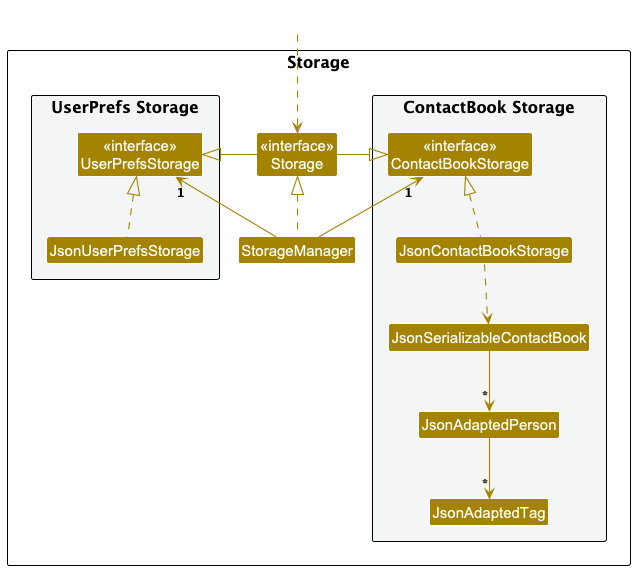
Earlier version of the PlantUML export docs/images/StorageClassDiagram.png (zachchong/tp).
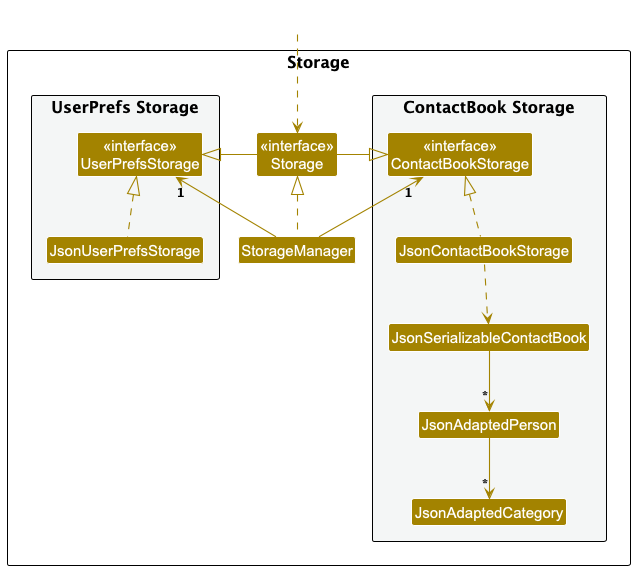
After the change.

Change to the diagram source:
```diff
@@ -19,7 +19,7 @@
 Class JsonContactBookStorage
 Class JsonSerializableContactBook
 Class JsonAdaptedPerson
-Class JsonAdaptedTag
+Class JsonAdaptedCategory
 }
 
 }
@@ -38,6 +38,6 @@
 JsonContactBookStorage .up.|> ContactBookStorage
 JsonContactBookStorage ..> JsonSerializableContactBook
 JsonSerializableContactBook --> "*" JsonAdaptedPerson
-JsonAdaptedPerson --> "*" JsonAdaptedTag
+JsonAdaptedPerson --> "*" JsonAdaptedCategory
 
 @enduml
```
